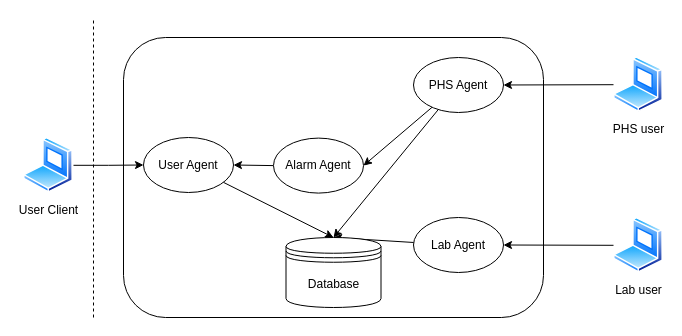
Above: System Architecture.drawio in AceOfSpadeszzz/SENG696 (draw.io), before the change. Source tidied: cells renumbered, new cells numbered last; positions are measured from the earlier drawing's top-left corner, leaving out a move shared by most shapes. Both pictures are drawn from the tidied source at 100%, with x=0, y=0 at pixel (23, 17).
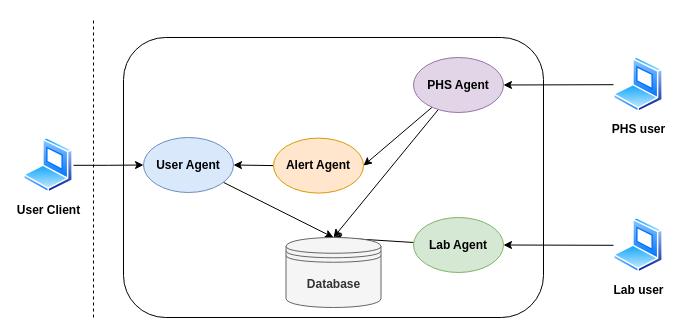
The same page after the edit.

Diff of the diagram source:
```diff
@@
-    <mxCell id="2" style="rounded=1;whiteSpace=wrap;html=1;" parent="1" vertex="1">
+    <mxCell id="2" style="rounded=1;whiteSpace=wrap;html=1;fontStyle=1;" parent="1" vertex="1">
       <mxGeometry x="100" y="20" width="420" height="280" as="geometry" />
     </mxCell>
-    <mxCell id="3" style="edgeStyle=orthogonalEdgeStyle;rounded=0;jettySize=auto;html=1;" parent="1" edge="1" source="4" target="7">
+    <mxCell id="3" style="edgeStyle=orthogonalEdgeStyle;rounded=0;jettySize=auto;html=1;fontStyle=1;" parent="1" edge="1" source="4" target="7">
       <mxGeometry relative="1" as="geometry" />
     </mxCell>
-    <mxCell id="4" value="User Client" style="perimeter=ellipsePerimeter;html=1;align=center;shadow=0;dashed=0;spacingTop=3;image;image=img/lib/active_directory/laptop_client.svg;" parent="1" vertex="1">
+    <mxCell id="4" value="User Client" style="perimeter=ellipsePerimeter;html=1;align=center;shadow=0;dashed=0;spacingTop=3;image;image=img/lib/active_directory/laptop_client.svg;fontStyle=1;" parent="1" vertex="1">
       <mxGeometry y="120" width="50" height="55.6" as="geometry" />
     </mxCell>
-    <mxCell id="5" style="endArrow=none;dashed=1;html=1;" parent="1" edge="1">
+    <mxCell id="5" style="endArrow=none;dashed=1;html=1;fontStyle=1;" parent="1" edge="1">
       <mxGeometry relative="1" as="geometry">
         <mxPoint x="70" y="300" as="sourcePoint" />
         <mxPoint x="70" as="targetPoint" />
       </mxGeometry>
     </mxCell>
-    <mxCell id="6" style="edgeStyle=none;rounded=0;jettySize=auto;html=1;entryX=0.5;entryY=0;entryDx=0;entryDy=0;" parent="1" edge="1" source="7" target="15">
+    <mxCell id="6" style="edgeStyle=none;rounded=0;jettySize=auto;html=1;entryX=0.5;entryY=0;entryDx=0;entryDy=0;fontStyle=1;" parent="1" edge="1" source="7" target="15">
       <mxGeometry relative="1" as="geometry" />
     </mxCell>
-    <mxCell id="7" value="User Agent" style="ellipse;whiteSpace=wrap;html=1;" parent="1" vertex="1">
+    <mxCell id="7" value="User Agent" style="ellipse;whiteSpace=wrap;html=1;fontStyle=1;fillColor=#dae8fc;strokeColor=#6c8ebf;" parent="1" vertex="1">
       <mxGeometry x="120" y="120" width="90" height="55" as="geometry" />
     </mxCell>
-    <mxCell id="8" style="rounded=0;jettySize=auto;html=1;entryX=1;entryY=0.5;entryDx=0;entryDy=0;" parent="1" edge="1" source="10" target="14">
+    <mxCell id="8" style="rounded=0;jettySize=auto;html=1;entryX=1;entryY=0.5;entryDx=0;entryDy=0;fontStyle=1;" parent="1" edge="1" source="10" target="14">
       <mxGeometry relative="1" as="geometry" />
     </mxCell>
-    <mxCell id="9" style="edgeStyle=none;rounded=0;jettySize=auto;html=1;entryX=0.5;entryY=0;entryDx=0;entryDy=0;" parent="1" edge="1" source="10" target="15">
+    <mxCell id="9" style="edgeStyle=none;rounded=0;jettySize=auto;html=1;entryX=0.5;entryY=0;entryDx=0;entryDy=0;fontStyle=1;" parent="1" edge="1" source="10" target="15">
       <mxGeometry relative="1" as="geometry" />
     </mxCell>
-    <mxCell id="10" value="PHS Agent" style="ellipse;whiteSpace=wrap;html=1;" parent="1" vertex="1">
+    <mxCell id="10" value="PHS Agent" style="ellipse;whiteSpace=wrap;html=1;fontStyle=1;fillColor=#e1d5e7;strokeColor=#9673a6;" parent="1" vertex="1">
       <mxGeometry x="390" y="40" width="90" height="55" as="geometry" />
     </mxCell>
-    <mxCell id="11" style="edgeStyle=none;rounded=0;jettySize=auto;html=1;entryX=0.5;entryY=0;entryDx=0;entryDy=0;" parent="1" edge="1" source="12" target="15">
+    <mxCell id="11" style="edgeStyle=none;rounded=0;jettySize=auto;html=1;entryX=0.5;entryY=0;entryDx=0;entryDy=0;fontStyle=1;" parent="1" edge="1" source="12" target="15">
       <mxGeometry relative="1" as="geometry" />
     </mxCell>
-    <mxCell id="12" value="Lab Agent" style="ellipse;whiteSpace=wrap;html=1;" parent="1" vertex="1">
+    <mxCell id="12" value="Lab Agent" style="ellipse;whiteSpace=wrap;html=1;fontStyle=1;fillColor=#d5e8d4;strokeColor=#82b366;" parent="1" vertex="1">
       <mxGeometry x="390" y="200" width="90" height="55" as="geometry" />
     </mxCell>
-    <mxCell id="13" style="edgeStyle=none;rounded=0;jettySize=auto;html=1;" parent="1" edge="1" source="14" target="7">
+    <mxCell id="13" style="edgeStyle=none;rounded=0;jettySize=auto;html=1;fontStyle=1;" parent="1" edge="1" source="14" target="7">
       <mxGeometry relative="1" as="geometry" />
     </mxCell>
-    <mxCell id="14" value="Alarm Agent" style="ellipse;whiteSpace=wrap;html=1;" parent="1" vertex="1">
+    <mxCell id="14" value="Alert Agent" style="ellipse;whiteSpace=wrap;html=1;fontStyle=1;fillColor=#ffe6cc;strokeColor=#d79b00;" parent="1" vertex="1">
       <mxGeometry x="250" y="120.6" width="90" height="55" as="geometry" />
     </mxCell>
-    <mxCell id="15" value="Database" style="shape=datastore;whiteSpace=wrap;html=1;" parent="1" vertex="1">
+    <mxCell id="15" value="Database" style="shape=datastore;whiteSpace=wrap;html=1;fontStyle=1;fillColor=#f5f5f5;strokeColor=#666666;fontColor=#333333;" parent="1" vertex="1">
       <mxGeometry x="262.5" y="220" width="95" height="70" as="geometry" />
     </mxCell>
-    <mxCell id="16" style="edgeStyle=none;rounded=0;jettySize=auto;html=1;entryX=1;entryY=0.5;entryDx=0;entryDy=0;" parent="1" edge="1" source="17" target="10">
+    <mxCell id="16" style="edgeStyle=none;rounded=0;jettySize=auto;html=1;entryX=1;entryY=0.5;entryDx=0;entryDy=0;fontStyle=1;" parent="1" edge="1" source="17" target="10">
       <mxGeometry relative="1" as="geometry" />
     </mxCell>
-    <mxCell id="17" value="PHS user" style="perimeter=ellipsePerimeter;html=1;align=center;shadow=0;dashed=0;spacingTop=3;image;image=img/lib/active_directory/laptop_client.svg;" parent="1" vertex="1">
+    <mxCell id="17" value="PHS user" style="perimeter=ellipsePerimeter;html=1;align=center;shadow=0;dashed=0;spacingTop=3;image;image=img/lib/active_directory/laptop_client.svg;fontStyle=1;" parent="1" vertex="1">
       <mxGeometry x="590" y="39.4" width="50" height="55.6" as="geometry" />
     </mxCell>
-    <mxCell id="18" style="edgeStyle=none;rounded=0;jettySize=auto;html=1;entryX=1;entryY=0.5;entryDx=0;entryDy=0;" parent="1" edge="1" source="19" target="12">
+    <mxCell id="18" style="edgeStyle=none;rounded=0;jettySize=auto;html=1;entryX=1;entryY=0.5;entryDx=0;entryDy=0;fontStyle=1;" parent="1" edge="1" source="19" target="12">
       <mxGeometry relative="1" as="geometry" />
     </mxCell>
-    <mxCell id="19" value="Lab user" style="perimeter=ellipsePerimeter;html=1;align=center;shadow=0;dashed=0;spacingTop=3;image;image=img/lib/active_directory/laptop_client.svg;" parent="1" vertex="1">
+    <mxCell id="19" value="Lab user" style="perimeter=ellipsePerimeter;html=1;align=center;shadow=0;dashed=0;spacingTop=3;image;image=img/lib/active_directory/laptop_client.svg;fontStyle=1;" parent="1" vertex="1">
       <mxGeometry x="590" y="200" width="50" height="55.6" as="geometry" />
     </mxCell>
```
